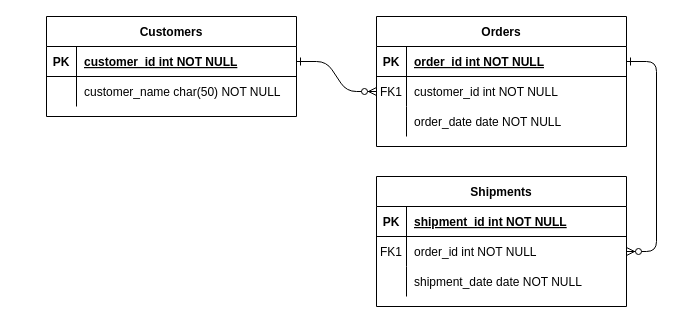
This is picture/test01.drawio from Mrli-b/draw.io, a draw.io file, before an edit. Source tidied: cells renumbered, new cells numbered last; positions are measured from the earlier drawing's top-left corner, leaving out a move shared by most shapes. Both pictures are drawn from the tidied source at 100%, with x=0, y=0 at pixel (46, 16).
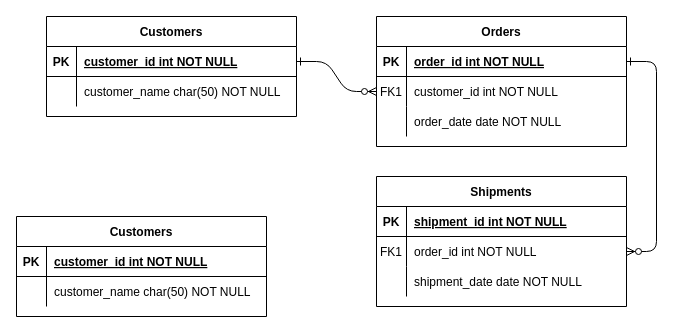
Above is the later version.

Change to the diagram source:
```diff
@@
+    <mxCell id="31" value="Customers" style="shape=table;startSize=30;childLayout=tableLayout;rowLines=0;fontStyle=1;align=center;" parent="1" vertex="1">
+      <mxGeometry x="-30" y="200" width="250" height="100" as="geometry" />
+    </mxCell>
+    <mxCell id="32" style="shape=partialRectangle;fillColor=none;top=0;left=0;right=0;bottom=1;" parent="31" vertex="1">
+      <mxGeometry y="30" width="250" height="30" as="geometry" />
+    </mxCell>
+    <mxCell id="33" value="PK" style="shape=partialRectangle;overflow=hidden;fillColor=none;top=0;left=0;bottom=0;right=0;fontStyle=1;" parent="32" vertex="1">
+      <mxGeometry width="30" height="30" as="geometry" />
+    </mxCell>
+    <mxCell id="34" value="customer_id int NOT NULL " style="shape=partialRectangle;overflow=hidden;fillColor=none;top=0;left=0;bottom=0;right=0;align=left;spacingLeft=6;fontStyle=5;" parent="32" vertex="1">
+      <mxGeometry x="30" width="220" height="30" as="geometry" />
+    </mxCell>
+    <mxCell id="35" style="shape=partialRectangle;fillColor=none;top=0;left=0;right=0;bottom=0;" parent="31" vertex="1">
+      <mxGeometry y="60" width="250" height="30" as="geometry" />
+    </mxCell>
+    <mxCell id="36" style="shape=partialRectangle;overflow=hidden;fillColor=none;top=0;left=0;bottom=0;right=0;" parent="35" vertex="1">
+      <mxGeometry width="30" height="30" as="geometry" />
+    </mxCell>
+    <mxCell id="37" value="customer_name char(50) NOT NULL" style="shape=partialRectangle;overflow=hidden;fillColor=none;top=0;left=0;bottom=0;right=0;align=left;spacingLeft=6;" parent="35" vertex="1">
+      <mxGeometry x="30" width="220" height="30" as="geometry" />
+    </mxCell>
```
